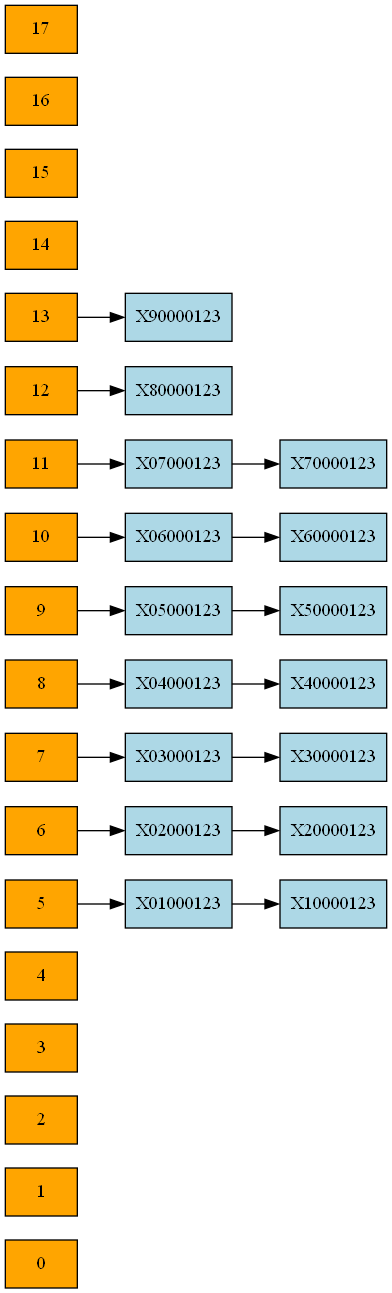
Samashoas/202109705_Proyecto_EDD keeps this Graphviz diagram as cmake-build-debug/hash_reporte.png. Above is the earlier version. Its source is kept beside it as cmake-build-debug/hash_reporte.dot.
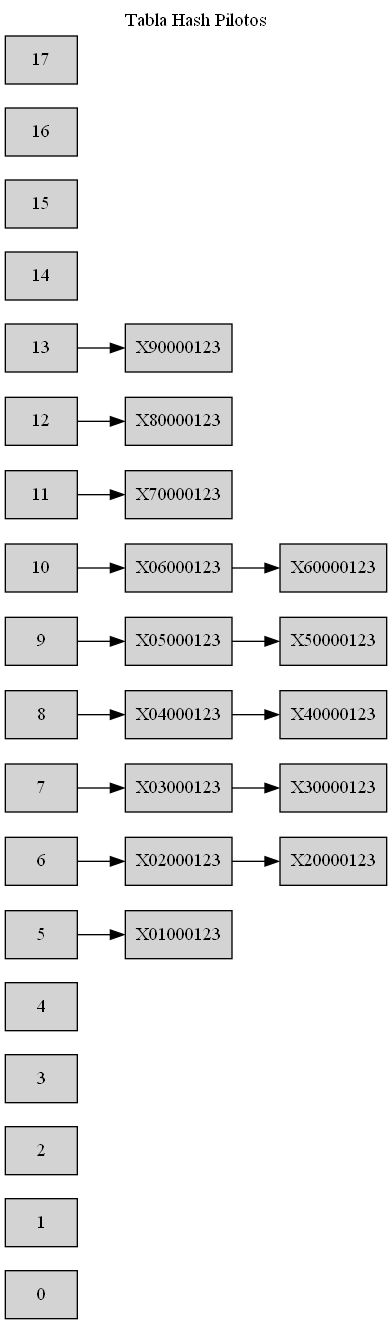
The same diagram one commit later.

Diff of the diagram source:
```diff
@@ -1,54 +1,52 @@
 digraph G {
 rankdir=LR;
+labelloc="t";
+label="Tabla Hash Pilotos";
 node [shape=record];
-index0 [label="0", shape=box, style=filled, fillcolor=orange];
-index1 [label="1", shape=box, style=filled, fillcolor=orange];
-index2 [label="2", shape=box, style=filled, fillcolor=orange];
-index3 [label="3", shape=box, style=filled, fillcolor=orange];
-index4 [label="4", shape=box, style=filled, fillcolor=orange];
-index5 [label="5", shape=box, style=filled, fillcolor=orange];
-index6 [label="6", shape=box, style=filled, fillcolor=orange];
-index7 [label="7", shape=box, style=filled, fillcolor=orange];
-index8 [label="8", shape=box, style=filled, fillcolor=orange];
-index9 [label="9", shape=box, style=filled, fillcolor=orange];
-index10 [label="10", shape=box, style=filled, fillcolor=orange];
-index11 [label="11", shape=box, style=filled, fillcolor=orange];
-index12 [label="12", shape=box, style=filled, fillcolor=orange];
-index13 [label="13", shape=box, style=filled, fillcolor=orange];
-index14 [label="14", shape=box, style=filled, fillcolor=orange];
-index15 [label="15", shape=box, style=filled, fillcolor=orange];
-index16 [label="16", shape=box, style=filled, fillcolor=orange];
-index17 [label="17", shape=box, style=filled, fillcolor=orange];
-nodo5_0 [label="{X01000123}", shape=record, style=filled, fillcolor=lightblue];
+index0 [label="0", shape=box, style=filled];
+index1 [label="1", shape=box, style=filled];
+index2 [label="2", shape=box, style=filled];
+index3 [label="3", shape=box, style=filled];
+index4 [label="4", shape=box, style=filled];
+index5 [label="5", shape=box, style=filled];
+index6 [label="6", shape=box, style=filled];
+index7 [label="7", shape=box, style=filled];
+index8 [label="8", shape=box, style=filled];
+index9 [label="9", shape=box, style=filled];
+index10 [label="10", shape=box, style=filled];
+index11 [label="11", shape=box, style=filled];
+index12 [label="12", shape=box, style=filled];
+index13 [label="13", shape=box, style=filled];
+index14 [label="14", shape=box, style=filled];
+index15 [label="15", shape=box, style=filled];
+index16 [label="16", shape=box, style=filled];
+index17 [label="17", shape=box, style=filled];
+nodo5_0 [label="{X01000123}", shape=record, style=filled];
 index5 -> nodo5_0;
-nodo5_1 [label="{X10000123}", shape=record, style=filled, fillcolor=lightblue];
-nodo5_0 -> nodo5_1;
-nodo6_0 [label="{X02000123}", shape=record, style=filled, fillcolor=lightblue];
+nodo6_0 [label="{X02000123}", shape=record, style=filled];
 index6 -> nodo6_0;
-nodo6_1 [label="{X20000123}", shape=record, style=filled, fillcolor=lightblue];
+nodo6_1 [label="{X20000123}", shape=record, style=filled];
 nodo6_0 -> nodo6_1;
-nodo7_0 [label="{X03000123}", shape=record, style=filled, fillcolor=lightblue];
+nodo7_0 [label="{X03000123}", shape=record, style=filled];
 index7 -> nodo7_0;
-nodo7_1 [label="{X30000123}", shape=record, style=filled, fillcolor=lightblue];
+nodo7_1 [label="{X30000123}", shape=record, style=filled];
 nodo7_0 -> nodo7_1;
-nodo8_0 [label="{X04000123}", shape=record, style=filled, fillcolor=lightblue];
+nodo8_0 [label="{X04000123}", shape=record, style=filled];
 index8 -> nodo8_0;
-nodo8_1 [label="{X40000123}", shape=record, style=filled, fillcolor=lightblue];
+nodo8_1 [label="{X40000123}", shape=record, style=filled];
 nodo8_0 -> nodo8_1;
-nodo9_0 [label="{X05000123}", shape=record, style=filled, fillcolor=lightblue];
+nodo9_0 [label="{X05000123}", shape=record, style=filled];
 index9 -> nodo9_0;
-nodo9_1 [label="{X50000123}", shape=record, style=filled, fillcolor=lightblue];
+nodo9_1 [label="{X50000123}", shape=record, style=filled];
 nodo9_0 -> nodo9_1;
-nodo10_0 [label="{X06000123}", shape=record, style=filled, fillcolor=lightblue];
+nodo10_0 [label="{X06000123}", shape=record, style=filled];
 index10 -> nodo10_0;
-nodo10_1 [label="{X60000123}", shape=record, style=filled, fillcolor=lightblue];
+nodo10_1 [label="{X60000123}", shape=record, style=filled];
 nodo10_0 -> nodo10_1;
-nodo11_0 [label="{X07000123}", shape=record, style=filled, fillcolor=lightblue];
+nodo11_0 [label="{X70000123}", shape=record, style=filled];
 index11 -> nodo11_0;
-nodo11_1 [label="{X70000123}", shape=record, style=filled, fillcolor=lightblue];
-nodo11_0 -> nodo11_1;
-nodo12_0 [label="{X80000123}", shape=record, style=filled, fillcolor=lightblue];
+nodo12_0 [label="{X80000123}", shape=record, style=filled];
 index12 -> nodo12_0;
-nodo13_0 [label="{X90000123}", shape=record, style=filled, fillcolor=lightblue];
+nodo13_0 [label="{X90000123}", shape=record, style=filled];
 index13 -> nodo13_0;
 }
```
